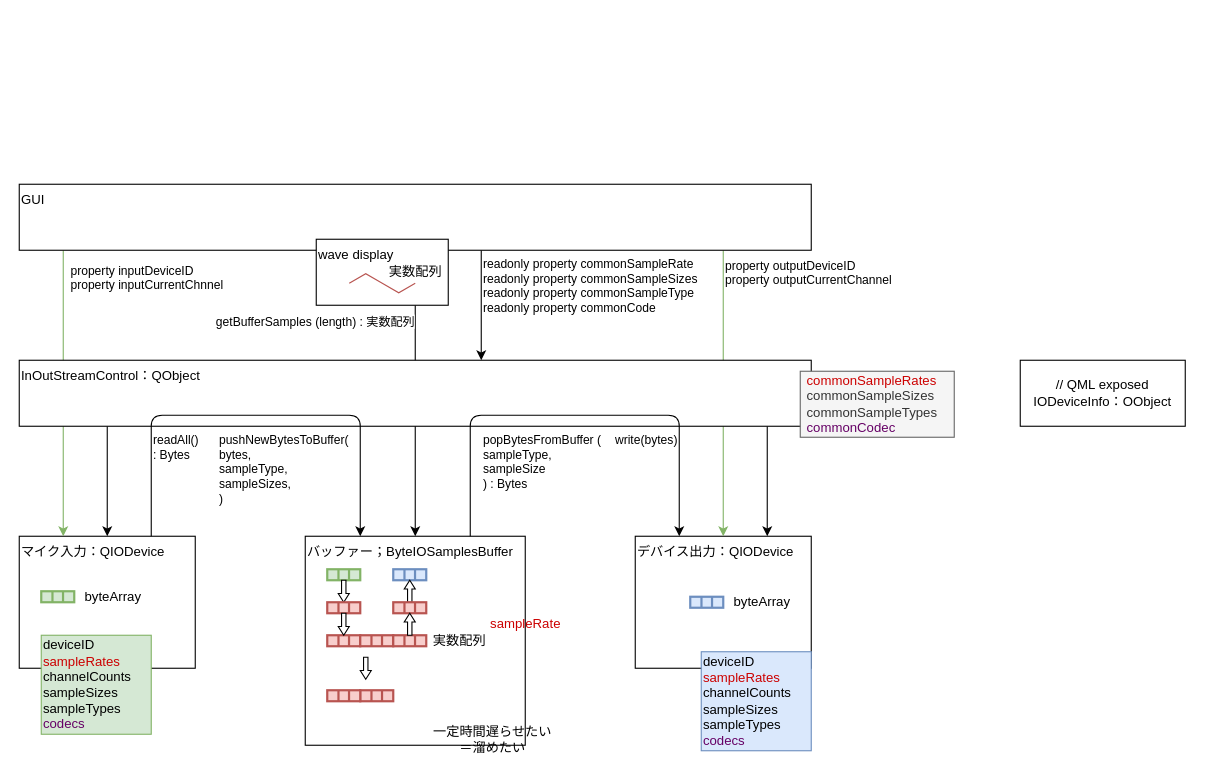
The draw.io diagram page "概略4" (4 of 5) of マイクモニター.drawio in Kusunoki-19/AudioCaptureAndPlay, before the edit. Source tidied: cells renumbered, new cells numbered last; positions are measured from the earlier drawing's top-left corner, leaving out a move shared by most shapes. Both pictures are drawn from the tidied source at 110%, with x=0, y=0 at pixel (19, 184).
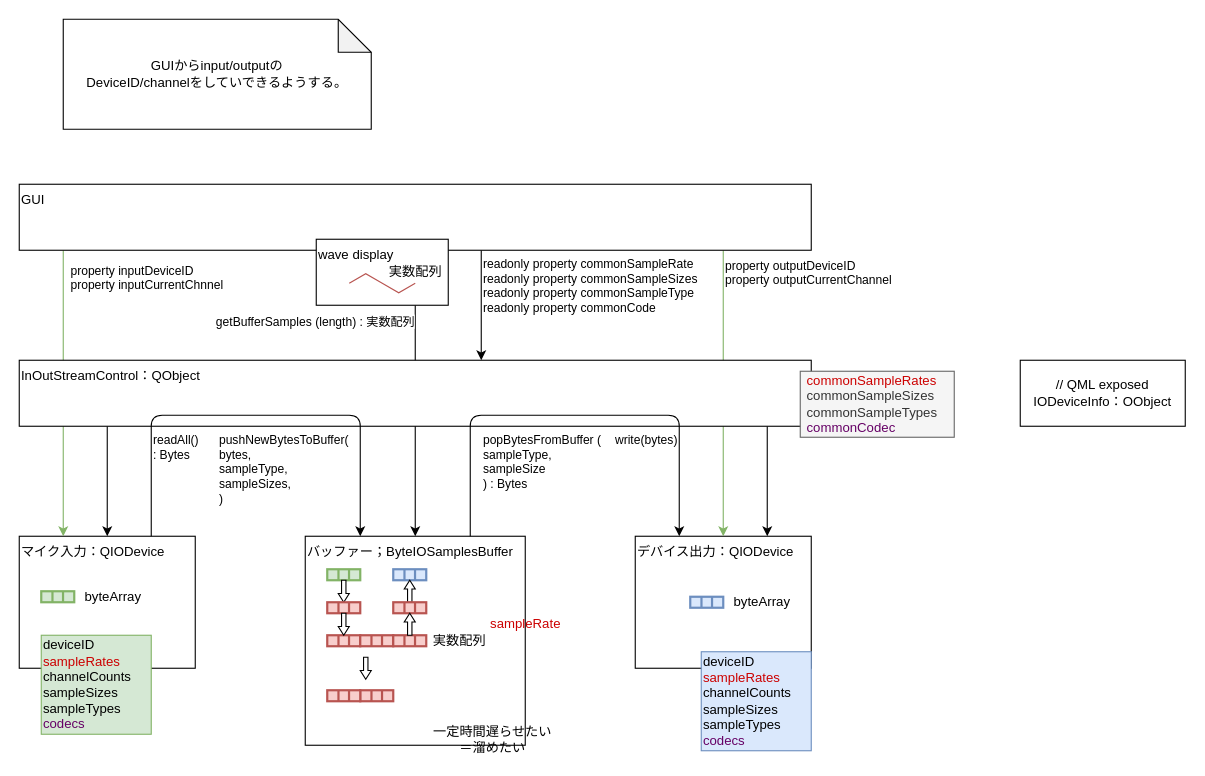
The same page after the edit.

The edit, as a diff of the source:
```diff
@@
+    <mxCell id="52" value="GUIからinput/outputの&lt;br&gt;DeviceID/channelをしていできるようする。&lt;br&gt;" style="shape=note;whiteSpace=wrap;html=1;backgroundOutline=1;darkOpacity=0.05;" parent="1" vertex="1">
+      <mxGeometry x="40" y="-150" width="280" height="100" as="geometry" />
+    </mxCell>
```
